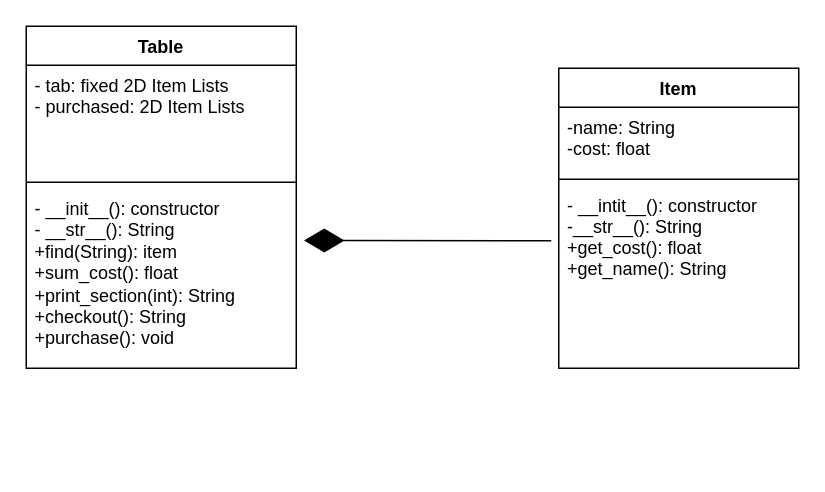
Before: Python/Projects/Prj1/Grocery_Store.drawio in Serpent1776/code, a draw.io diagram. Source tidied: cells renumbered, new cells numbered last; positions are measured from the earlier drawing's top-left corner, leaving out a move shared by most shapes. Both pictures are drawn from the tidied source at 150%, with x=0, y=0 at pixel (26, 26).
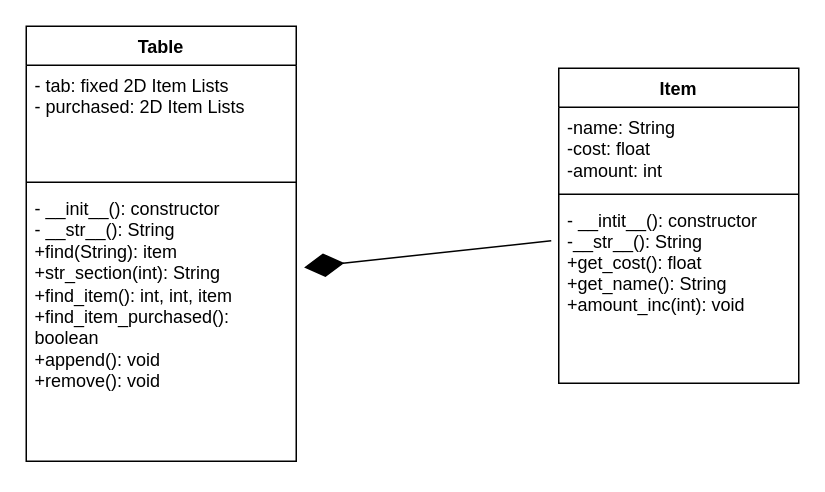
After the change.

The edit, as a diff of the source:
```diff
@@
 <mxGraphModel>
   <root>
     <mxCell id="0" />
     <mxCell id="1" parent="0" />
     <mxCell id="2" value="Table" style="swimlane;fontStyle=1;align=center;verticalAlign=top;horizontal=1;startSize=26;" parent="1" vertex="1">
-      <mxGeometry width="180" height="228" as="geometry" />
+      <mxGeometry width="180" height="290" as="geometry" />
     </mxCell>
     <mxCell id="3" value="- tab: fixed 2D Item Lists&#10;- purchased: 2D Item Lists" style="text;strokeColor=none;fillColor=none;align=left;verticalAlign=top;spacingLeft=4;spacingRight=4;overflow=hidden;whiteSpace=wrap;" parent="2" vertex="1">
       <mxGeometry y="26" width="180" height="74" as="geometry" />
     </mxCell>
     <mxCell id="4" style="line;strokeWidth=1;fillColor=none;align=left;verticalAlign=middle;spacingTop=-1;spacingLeft=3;spacingRight=3;labelPosition=right;strokeColor=inherit;" parent="2" vertex="1">
       <mxGeometry y="100" width="180" height="8" as="geometry" />
     </mxCell>
-    <mxCell id="5" value="- __init__(): constructor&#10;- __str__(): String&#10;+find(String): item&#10;+sum_cost(): float&#10;+print_section(int): String&#10;+checkout(): String&#10;+purchase(): void" style="text;strokeColor=none;fillColor=none;align=left;verticalAlign=top;spacingLeft=4;spacingRight=4;overflow=hidden;points=[[0,0.5],[1,0.5]];portConstraint=eastwest;whiteSpace=wrap;" parent="2" vertex="1">
-      <mxGeometry y="108" width="180" height="120" as="geometry" />
+    <mxCell id="5" value="- __init__(): constructor&#10;- __str__(): String&#10;+find(String): item&#10;+str_section(int): String&#10;+find_item(): int, int, item &#10;+find_item_purchased(): boolean&#10;+append(): void&#10;+remove(): void" style="text;strokeColor=none;fillColor=none;align=left;verticalAlign=top;spacingLeft=4;spacingRight=4;overflow=hidden;points=[[0,0.5],[1,0.5]];portConstraint=eastwest;whiteSpace=wrap;" parent="2" vertex="1">
+      <mxGeometry y="108" width="180" height="182" as="geometry" />
     </mxCell>
     <mxCell id="6" value="Item" style="swimlane;fontStyle=1;align=center;verticalAlign=top;horizontal=1;startSize=26;whiteSpace=wrap;" parent="1" vertex="1">
-      <mxGeometry x="355" y="28" width="160" height="200" as="geometry" />
+      <mxGeometry x="355" y="28" width="160" height="210" as="geometry" />
     </mxCell>
-    <mxCell id="7" value="-name: String&#10;-cost: float" style="text;strokeColor=none;fillColor=none;align=left;verticalAlign=top;spacingLeft=4;spacingRight=4;overflow=hidden;whiteSpace=wrap;" parent="6" vertex="1">
-      <mxGeometry y="26" width="160" height="44" as="geometry" />
+    <mxCell id="7" value="-name: String&#10;-cost: float&#10;-amount: int" style="text;strokeColor=none;fillColor=none;align=left;verticalAlign=top;spacingLeft=4;spacingRight=4;overflow=hidden;whiteSpace=wrap;" parent="6" vertex="1">
+      <mxGeometry y="26" width="160" height="54" as="geometry" />
     </mxCell>
     <mxCell id="8" style="line;strokeWidth=1;fillColor=none;align=left;verticalAlign=middle;spacingTop=-1;spacingLeft=3;spacingRight=3;labelPosition=right;strokeColor=inherit;" parent="6" vertex="1">
-      <mxGeometry y="70" width="160" height="8" as="geometry" />
+      <mxGeometry y="80" width="160" height="8" as="geometry" />
     </mxCell>
-    <mxCell id="9" value="- __intit__(): constructor&#10;-__str__(): String&#10;+get_cost(): float&#10;+get_name(): String" style="text;strokeColor=none;fillColor=none;align=left;verticalAlign=top;spacingLeft=4;spacingRight=4;overflow=hidden;" parent="6" vertex="1">
-      <mxGeometry y="78" width="160" height="122" as="geometry" />
+    <mxCell id="9" value="- __intit__(): constructor&#10;-__str__(): String&#10;+get_cost(): float&#10;+get_name(): String&#10;+amount_inc(int): void" style="text;strokeColor=none;fillColor=none;align=left;verticalAlign=top;spacingLeft=4;spacingRight=4;overflow=hidden;" parent="6" vertex="1">
+      <mxGeometry y="88" width="160" height="122" as="geometry" />
     </mxCell>
     <mxCell id="10" style="endArrow=diamondThin;endFill=1;endSize=24;html=1;entryX=1.029;entryY=0.29;entryDx=0;entryDy=0;entryPerimeter=0;" parent="1" edge="1" target="5">
       <mxGeometry relative="1" as="geometry">
         <mxPoint x="350" y="143" as="sourcePoint" />
       </mxGeometry>
     </mxCell>
   </root>
 </mxGraphModel>
```
